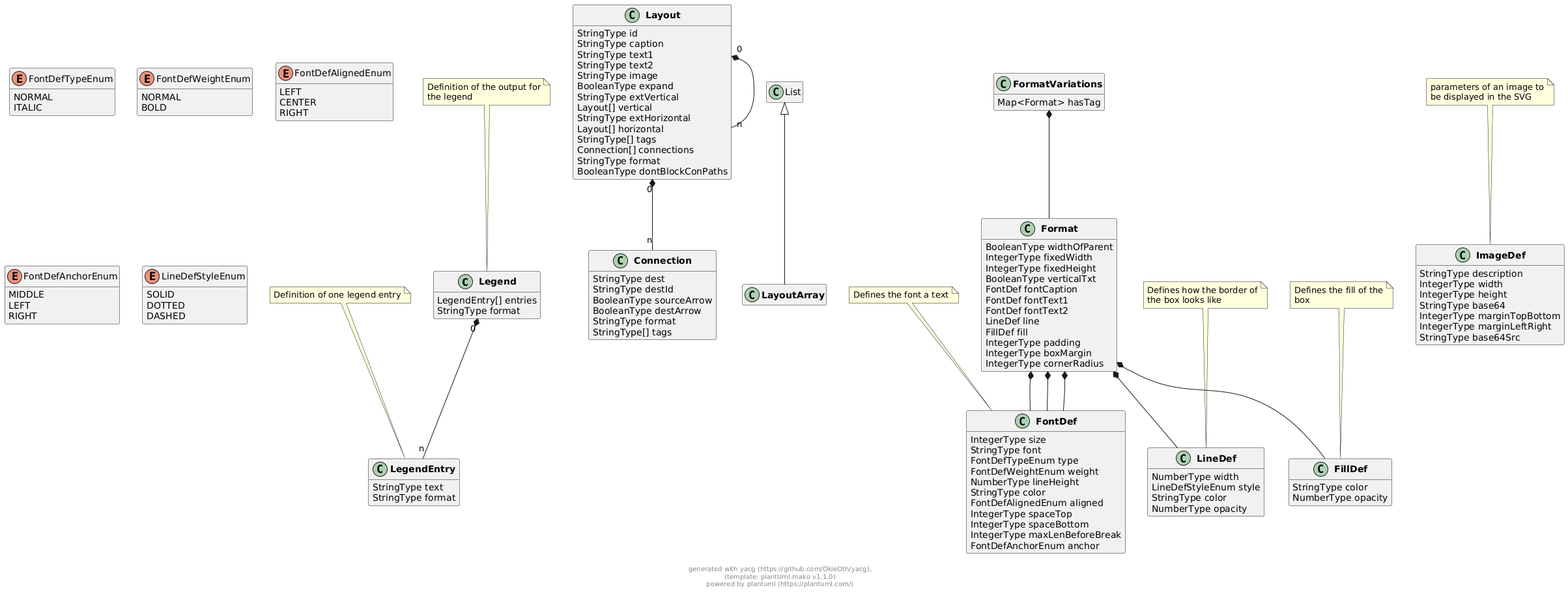
Above: docs/models/png/externals.png in OkieOth/draw.chart.things (PlantUML), before the change.
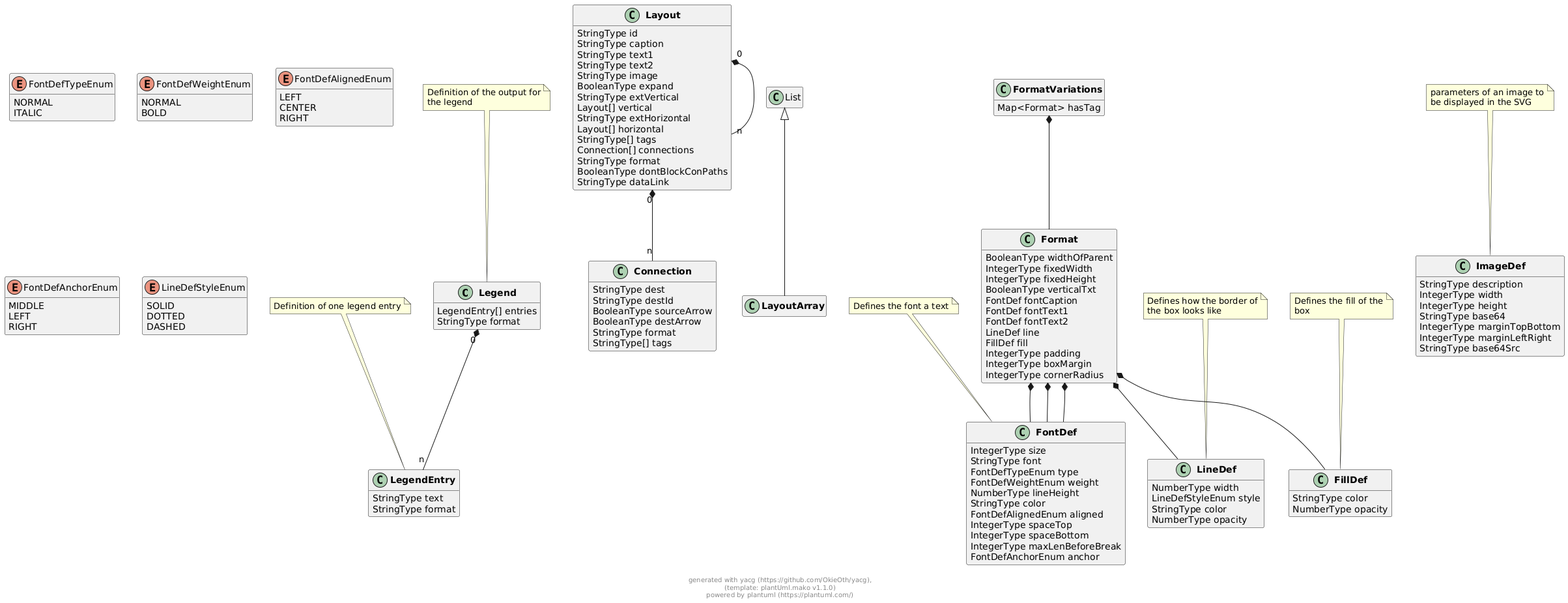
The same diagram one commit later.

What changed in the source:
```diff
@@ -34,6 +34,7 @@
         Connection[] connections
         StringType format
         BooleanType dontBlockConPaths
+        StringType dataLink
 }
 
 
@@ -190,6 +191,7 @@
 
 
 
+
 Format  *--  FontDef
 
 Format  *--  FontDef
```
